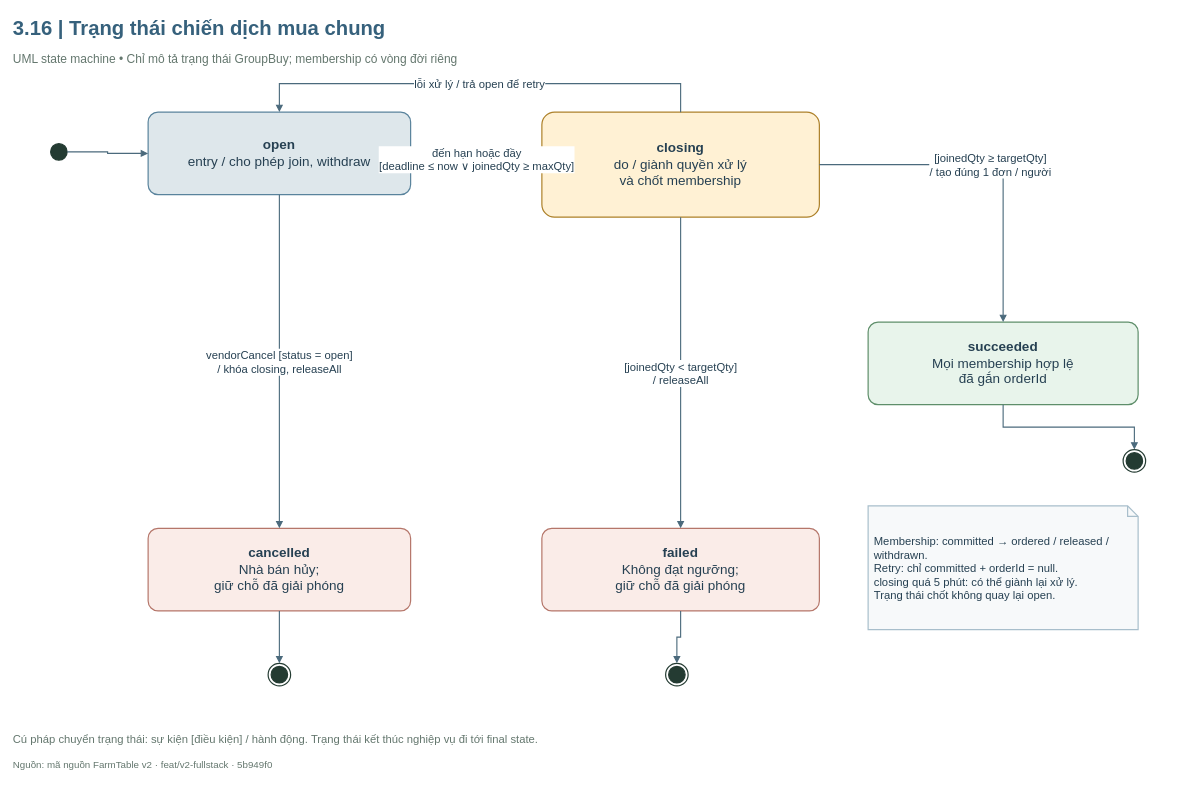
Above: FarmTable_Chuong3/So_do_BA/drawio/Hinh_3_16.drawio in hathu1272006-eng/PTWnangcao (draw.io), before the change. Source tidied: cells renumbered, new cells numbered last; positions are measured from the earlier drawing's top-left corner, leaving out a move shared by most shapes. Both pictures are drawn from the tidied source at 75%, with x=0, y=0 at pixel (13, 13).
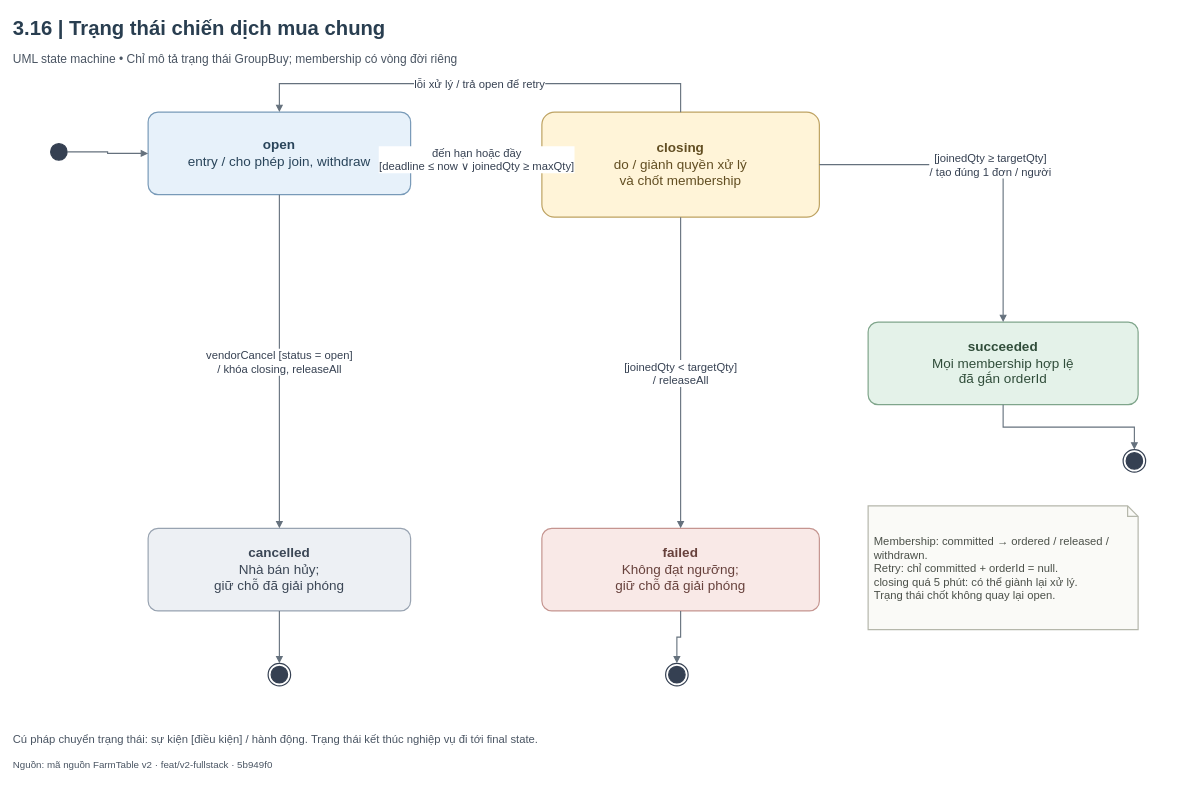
Above is the later version.

The edit, as a diff of the source:
```diff
@@
-    <mxCell id="2" value="3.16  |  Trạng thái chiến dịch mua chung" style="html=1;whiteSpace=wrap;fontFamily=Arial;fontSize=18;strokeColor=#245C47;strokeWidth=1.6;fillColor=#FFFFFF;spacing=8;text;strokeColor=none;fillColor=none;align=left;verticalAlign=middle;fontSize=27;fontStyle=1;spacing=0;fontColor=#36617C;" parent="1" vertex="1">
+    <mxCell id="2" value="3.16  |  Trạng thái chiến dịch mua chung" style="html=1;whiteSpace=wrap;fontFamily=Arial;fontSize=18;strokeColor=#245C47;strokeWidth=1.6;fillColor=#FFFFFF;spacing=8;text;strokeColor=none;fillColor=none;align=left;verticalAlign=middle;fontSize=27;fontStyle=1;spacing=0;fontColor=#293E50;" parent="1" vertex="1">
       <mxGeometry width="1540" height="40" as="geometry" />
     </mxCell>
-    <mxCell id="3" value="UML state machine  •  Chỉ mô tả trạng thái GroupBuy; membership có vòng đời riêng" style="html=1;whiteSpace=wrap;fontFamily=Arial;fontSize=18;fontColor=#243B32;strokeColor=#245C47;strokeWidth=1.6;fillColor=#FFFFFF;spacing=8;text;strokeColor=none;fillColor=none;align=left;verticalAlign=middle;fontSize=16;fontStyle=0;fontColor=#64776E;spacing=0;" parent="1" vertex="1">
+    <mxCell id="3" value="UML state machine  •  Chỉ mô tả trạng thái GroupBuy; membership có vòng đời riêng" style="html=1;whiteSpace=wrap;fontFamily=Arial;fontSize=18;strokeColor=#245C47;strokeWidth=1.6;fillColor=#FFFFFF;spacing=8;text;strokeColor=none;fillColor=none;align=left;verticalAlign=middle;fontSize=16;fontStyle=0;spacing=0;fontColor=#4A5563;" parent="1" vertex="1">
       <mxGeometry y="47" width="1540" height="28" as="geometry" />
     </mxCell>
-    <mxCell id="4" style="html=1;whiteSpace=wrap;fontFamily=Arial;fontSize=18;fontColor=#243B32;strokeColor=#245C47;strokeWidth=1.6;fillColor=#FFFFFF;spacing=8;ellipse;fillColor=#243B32;strokeColor=#243B32;" parent="1" vertex="1">
+    <mxCell id="4" style="html=1;whiteSpace=wrap;fontFamily=Arial;fontSize=18;fontColor=#243B32;strokeWidth=1.6;spacing=8;ellipse;fillColor=#354052;strokeColor=#354052;" parent="1" vertex="1">
       <mxGeometry x="50" y="174" width="22" height="22" as="geometry" />
     </mxCell>
-    <mxCell id="5" value="&lt;b&gt;open&lt;/b&gt;&lt;br/&gt;entry / cho phép join, withdraw" style="html=1;whiteSpace=wrap;fontFamily=Arial;fontSize=18;strokeWidth=1.6;spacing=8;rounded=1;arcSize=12;fillColor=#DEE7EB;strokeColor=#59839C;fontColor=#264052;" parent="1" vertex="1">
+    <mxCell id="5" value="&lt;b&gt;open&lt;/b&gt;&lt;br/&gt;entry / cho phép join, withdraw" style="html=1;whiteSpace=wrap;fontFamily=Arial;fontSize=18;strokeWidth=1.6;spacing=8;rounded=1;arcSize=12;fillColor=#E7F1FA;strokeColor=#789AB8;fontColor=#29445A;" parent="1" vertex="1">
       <mxGeometry x="180" y="132" width="350" height="110" as="geometry" />
     </mxCell>
-    <mxCell id="6" value="&lt;b&gt;closing&lt;/b&gt;&lt;br/&gt;do / giành quyền xử lý&lt;br/&gt;và chốt membership" style="html=1;whiteSpace=wrap;fontFamily=Arial;fontSize=18;strokeWidth=1.6;spacing=8;rounded=1;arcSize=12;fillColor=#FFF1D4;strokeColor=#AD812A;fontColor=#264052;" parent="1" vertex="1">
+    <mxCell id="6" value="&lt;b&gt;closing&lt;/b&gt;&lt;br/&gt;do / giành quyền xử lý&lt;br/&gt;và chốt membership" style="html=1;whiteSpace=wrap;fontFamily=Arial;fontSize=18;strokeWidth=1.6;spacing=8;rounded=1;arcSize=12;fillColor=#FFF4D8;strokeColor=#BEA363;fontColor=#624E22;" parent="1" vertex="1">
       <mxGeometry x="705" y="132" width="370" height="140" as="geometry" />
     </mxCell>
-    <mxCell id="7" value="&lt;b&gt;succeeded&lt;/b&gt;&lt;br/&gt;Mọi membership hợp lệ&lt;br/&gt;đã gắn orderId" style="html=1;whiteSpace=wrap;fontFamily=Arial;fontSize=18;strokeWidth=1.6;spacing=8;rounded=1;arcSize=12;fillColor=#E8F4EB;strokeColor=#5E8E6A;fontColor=#264052;" parent="1" vertex="1">
+    <mxCell id="7" value="&lt;b&gt;succeeded&lt;/b&gt;&lt;br/&gt;Mọi membership hợp lệ&lt;br/&gt;đã gắn orderId" style="html=1;whiteSpace=wrap;fontFamily=Arial;fontSize=18;strokeWidth=1.6;spacing=8;rounded=1;arcSize=12;fillColor=#E4F2E9;strokeColor=#7FA58B;fontColor=#304D3A;" parent="1" vertex="1">
       <mxGeometry x="1140" y="412" width="360" height="110" as="geometry" />
     </mxCell>
-    <mxCell id="8" value="&lt;b&gt;failed&lt;/b&gt;&lt;br/&gt;Không đạt ngưỡng;&lt;br/&gt;giữ chỗ đã giải phóng" style="html=1;whiteSpace=wrap;fontFamily=Arial;fontSize=18;strokeWidth=1.6;spacing=8;rounded=1;arcSize=12;fillColor=#FAECE8;strokeColor=#B5766A;fontColor=#264052;" parent="1" vertex="1">
+    <mxCell id="8" value="&lt;b&gt;failed&lt;/b&gt;&lt;br/&gt;Không đạt ngưỡng;&lt;br/&gt;giữ chỗ đã giải phóng" style="html=1;whiteSpace=wrap;fontFamily=Arial;fontSize=18;strokeWidth=1.6;spacing=8;rounded=1;arcSize=12;fillColor=#F9E9E7;strokeColor=#C59590;fontColor=#67413C;" parent="1" vertex="1">
       <mxGeometry x="705" y="687" width="370" height="110" as="geometry" />
     </mxCell>
-    <mxCell id="9" value="&lt;b&gt;cancelled&lt;/b&gt;&lt;br/&gt;Nhà bán hủy;&lt;br/&gt;giữ chỗ đã giải phóng" style="html=1;whiteSpace=wrap;fontFamily=Arial;fontSize=18;strokeWidth=1.6;spacing=8;rounded=1;arcSize=12;fillColor=#FAECE8;strokeColor=#B5766A;fontColor=#264052;" parent="1" vertex="1">
+    <mxCell id="9" value="&lt;b&gt;cancelled&lt;/b&gt;&lt;br/&gt;Nhà bán hủy;&lt;br/&gt;giữ chỗ đã giải phóng" style="html=1;whiteSpace=wrap;fontFamily=Arial;fontSize=18;strokeWidth=1.6;spacing=8;rounded=1;arcSize=12;fillColor=#EDF0F4;strokeColor=#98A3B1;fontColor=#3B4655;" parent="1" vertex="1">
       <mxGeometry x="180" y="687" width="350" height="110" as="geometry" />
     </mxCell>
-    <mxCell id="10" style="edgeStyle=orthogonalEdgeStyle;rounded=0;jettySize=20;html=1;fontFamily=Arial;fontSize=15;labelBackgroundColor=#FFFFFF;strokeWidth=1.5;endArrow=block;endFill=1;exitX=1;exitY=0.5;entryX=0;entryY=0.5;exitDx=0;exitDy=0;entryDx=0;entryDy=0;strokeColor=#4B6A7C;fontColor=#264052;" parent="1" edge="1" source="4" target="5">
+    <mxCell id="10" style="edgeStyle=orthogonalEdgeStyle;rounded=0;jettySize=20;html=1;fontFamily=Arial;fontSize=15;labelBackgroundColor=#FFFFFF;strokeWidth=1.5;endArrow=block;endFill=1;exitX=1;exitY=0.5;entryX=0;entryY=0.5;exitDx=0;exitDy=0;entryDx=0;entryDy=0;strokeColor=#65717D;fontColor=#364152;" parent="1" edge="1" source="4" target="5">
       <mxGeometry relative="1" as="geometry" />
     </mxCell>
-    <mxCell id="11" value="đến hạn hoặc đầy&lt;br/&gt;[deadline ≤ now ∨ joinedQty ≥ maxQty]" style="edgeStyle=orthogonalEdgeStyle;rounded=0;jettySize=20;html=1;fontFamily=Arial;fontSize=15;labelBackgroundColor=#FFFFFF;strokeWidth=1.5;endArrow=block;endFill=1;exitX=1;exitY=0.5;entryX=0;entryY=0.5;exitDx=0;exitDy=0;entryDx=0;entryDy=0;strokeColor=#4B6A7C;fontColor=#264052;" parent="1" edge="1" source="5" target="6">
+    <mxCell id="11" value="đến hạn hoặc đầy&lt;br/&gt;[deadline ≤ now ∨ joinedQty ≥ maxQty]" style="edgeStyle=orthogonalEdgeStyle;rounded=0;jettySize=20;html=1;fontFamily=Arial;fontSize=15;labelBackgroundColor=#FFFFFF;strokeWidth=1.5;endArrow=block;endFill=1;exitX=1;exitY=0.5;entryX=0;entryY=0.5;exitDx=0;exitDy=0;entryDx=0;entryDy=0;strokeColor=#65717D;fontColor=#364152;" parent="1" edge="1" source="5" target="6">
       <mxGeometry relative="1" as="geometry" />
     </mxCell>
-    <mxCell id="12" value="lỗi xử lý / trả open để retry" style="edgeStyle=orthogonalEdgeStyle;rounded=0;jettySize=20;html=1;fontFamily=Arial;fontSize=15;labelBackgroundColor=#FFFFFF;strokeWidth=1.5;endArrow=block;endFill=1;exitX=0.5;exitY=0;entryX=0.5;entryY=0;exitDx=0;exitDy=0;entryDx=0;entryDy=0;strokeColor=#4B6A7C;fontColor=#264052;" parent="1" edge="1" source="6" target="5">
+    <mxCell id="12" value="lỗi xử lý / trả open để retry" style="edgeStyle=orthogonalEdgeStyle;rounded=0;jettySize=20;html=1;fontFamily=Arial;fontSize=15;labelBackgroundColor=#FFFFFF;strokeWidth=1.5;endArrow=block;endFill=1;exitX=0.5;exitY=0;entryX=0.5;entryY=0;exitDx=0;exitDy=0;entryDx=0;entryDy=0;strokeColor=#65717D;fontColor=#364152;" parent="1" edge="1" source="6" target="5">
       <mxGeometry relative="1" as="geometry">
         <Array as="points">
           <mxPoint x="890" y="94" />
           <mxPoint x="355" y="94" />
         </Array>
       </mxGeometry>
     </mxCell>
-    <mxCell id="13" value="vendorCancel [status = open]&lt;br/&gt;/ khóa closing, releaseAll" style="edgeStyle=orthogonalEdgeStyle;rounded=0;jettySize=20;html=1;fontFamily=Arial;fontSize=15;labelBackgroundColor=#FFFFFF;strokeWidth=1.5;endArrow=block;endFill=1;exitX=0.5;exitY=1;entryX=0.5;entryY=0;exitDx=0;exitDy=0;entryDx=0;entryDy=0;strokeColor=#4B6A7C;fontColor=#264052;" parent="1" edge="1" source="5" target="9">
+    <mxCell id="13" value="vendorCancel [status = open]&lt;br/&gt;/ khóa closing, releaseAll" style="edgeStyle=orthogonalEdgeStyle;rounded=0;jettySize=20;html=1;fontFamily=Arial;fontSize=15;labelBackgroundColor=#FFFFFF;strokeWidth=1.5;endArrow=block;endFill=1;exitX=0.5;exitY=1;entryX=0.5;entryY=0;exitDx=0;exitDy=0;entryDx=0;entryDy=0;strokeColor=#65717D;fontColor=#364152;" parent="1" edge="1" source="5" target="9">
       <mxGeometry relative="1" as="geometry" />
     </mxCell>
-    <mxCell id="14" value="[joinedQty ≥ targetQty]&lt;br/&gt;/ tạo đúng 1 đơn / người" style="edgeStyle=orthogonalEdgeStyle;rounded=0;jettySize=20;html=1;fontFamily=Arial;fontSize=15;labelBackgroundColor=#FFFFFF;strokeWidth=1.5;endArrow=block;endFill=1;exitX=1;exitY=0.5;entryX=0.5;entryY=0;exitDx=0;exitDy=0;entryDx=0;entryDy=0;strokeColor=#4B6A7C;fontColor=#264052;" parent="1" edge="1" source="6" target="7">
+    <mxCell id="14" value="[joinedQty ≥ targetQty]&lt;br/&gt;/ tạo đúng 1 đơn / người" style="edgeStyle=orthogonalEdgeStyle;rounded=0;jettySize=20;html=1;fontFamily=Arial;fontSize=15;labelBackgroundColor=#FFFFFF;strokeWidth=1.5;endArrow=block;endFill=1;exitX=1;exitY=0.5;entryX=0.5;entryY=0;exitDx=0;exitDy=0;entryDx=0;entryDy=0;strokeColor=#65717D;fontColor=#364152;" parent="1" edge="1" source="6" target="7">
       <mxGeometry relative="1" as="geometry" />
     </mxCell>
-    <mxCell id="15" value="[joinedQty &amp;lt; targetQty]&lt;br/&gt;/ releaseAll" style="edgeStyle=orthogonalEdgeStyle;rounded=0;jettySize=20;html=1;fontFamily=Arial;fontSize=15;labelBackgroundColor=#FFFFFF;strokeWidth=1.5;endArrow=block;endFill=1;exitX=0.5;exitY=1;entryX=0.5;entryY=0;exitDx=0;exitDy=0;entryDx=0;entryDy=0;strokeColor=#4B6A7C;fontColor=#264052;" parent="1" edge="1" source="6" target="8">
+    <mxCell id="15" value="[joinedQty &amp;lt; targetQty]&lt;br/&gt;/ releaseAll" style="edgeStyle=orthogonalEdgeStyle;rounded=0;jettySize=20;html=1;fontFamily=Arial;fontSize=15;labelBackgroundColor=#FFFFFF;strokeWidth=1.5;endArrow=block;endFill=1;exitX=0.5;exitY=1;entryX=0.5;entryY=0;exitDx=0;exitDy=0;entryDx=0;entryDy=0;strokeColor=#65717D;fontColor=#364152;" parent="1" edge="1" source="6" target="8">
       <mxGeometry relative="1" as="geometry" />
     </mxCell>
-    <mxCell id="16" style="html=1;whiteSpace=wrap;fontFamily=Arial;fontSize=18;fontColor=#243B32;strokeColor=#245C47;strokeWidth=1.6;fillColor=#FFFFFF;spacing=8;shape=endState;fillColor=#243B32;strokeColor=#243B32;" parent="1" vertex="1">
+    <mxCell id="16" style="html=1;whiteSpace=wrap;fontFamily=Arial;fontSize=18;fontColor=#243B32;strokeWidth=1.6;spacing=8;shape=endState;fillColor=#354052;strokeColor=#354052;" parent="1" vertex="1">
       <mxGeometry x="1480" y="582" width="30" height="30" as="geometry" />
     </mxCell>
-    <mxCell id="17" style="edgeStyle=orthogonalEdgeStyle;rounded=0;jettySize=20;html=1;fontFamily=Arial;fontSize=15;labelBackgroundColor=#FFFFFF;strokeWidth=1.5;endArrow=block;endFill=1;exitX=0.5;exitY=1;entryX=0.5;entryY=0;exitDx=0;exitDy=0;entryDx=0;entryDy=0;strokeColor=#4B6A7C;fontColor=#264052;" parent="1" edge="1" source="7" target="16">
+    <mxCell id="17" style="edgeStyle=orthogonalEdgeStyle;rounded=0;jettySize=20;html=1;fontFamily=Arial;fontSize=15;labelBackgroundColor=#FFFFFF;strokeWidth=1.5;endArrow=block;endFill=1;exitX=0.5;exitY=1;entryX=0.5;entryY=0;exitDx=0;exitDy=0;entryDx=0;entryDy=0;strokeColor=#65717D;fontColor=#364152;" parent="1" edge="1" source="7" target="16">
       <mxGeometry relative="1" as="geometry" />
     </mxCell>
-    <mxCell id="18" style="html=1;whiteSpace=wrap;fontFamily=Arial;fontSize=18;fontColor=#243B32;strokeColor=#245C47;strokeWidth=1.6;fillColor=#FFFFFF;spacing=8;shape=endState;fillColor=#243B32;strokeColor=#243B32;" parent="1" vertex="1">
+    <mxCell id="18" style="html=1;whiteSpace=wrap;fontFamily=Arial;fontSize=18;fontColor=#243B32;strokeWidth=1.6;spacing=8;shape=endState;fillColor=#354052;strokeColor=#354052;" parent="1" vertex="1">
       <mxGeometry x="870" y="867" width="30" height="30" as="geometry" />
     </mxCell>
-    <mxCell id="19" style="edgeStyle=orthogonalEdgeStyle;rounded=0;jettySize=20;html=1;fontFamily=Arial;fontSize=15;labelBackgroundColor=#FFFFFF;strokeWidth=1.5;endArrow=block;endFill=1;exitX=0.5;exitY=1;entryX=0.5;entryY=0;exitDx=0;exitDy=0;entryDx=0;entryDy=0;strokeColor=#4B6A7C;fontColor=#264052;" parent="1" edge="1" source="8" target="18">
+    <mxCell id="19" style="edgeStyle=orthogonalEdgeStyle;rounded=0;jettySize=20;html=1;fontFamily=Arial;fontSize=15;labelBackgroundColor=#FFFFFF;strokeWidth=1.5;endArrow=block;endFill=1;exitX=0.5;exitY=1;entryX=0.5;entryY=0;exitDx=0;exitDy=0;entryDx=0;entryDy=0;strokeColor=#65717D;fontColor=#364152;" parent="1" edge="1" source="8" target="18">
       <mxGeometry relative="1" as="geometry" />
     </mxCell>
-    <mxCell id="20" style="html=1;whiteSpace=wrap;fontFamily=Arial;fontSize=18;fontColor=#243B32;strokeColor=#245C47;strokeWidth=1.6;fillColor=#FFFFFF;spacing=8;shape=endState;fillColor=#243B32;strokeColor=#243B32;" parent="1" vertex="1">
+    <mxCell id="20" style="html=1;whiteSpace=wrap;fontFamily=Arial;fontSize=18;fontColor=#243B32;strokeWidth=1.6;spacing=8;shape=endState;fillColor=#354052;strokeColor=#354052;" parent="1" vertex="1">
       <mxGeometry x="340" y="867" width="30" height="30" as="geometry" />
     </mxCell>
-    <mxCell id="21" style="edgeStyle=orthogonalEdgeStyle;rounded=0;jettySize=20;html=1;fontFamily=Arial;fontSize=15;labelBackgroundColor=#FFFFFF;strokeWidth=1.5;endArrow=block;endFill=1;exitX=0.5;exitY=1;entryX=0.5;entryY=0;exitDx=0;exitDy=0;entryDx=0;entryDy=0;strokeColor=#4B6A7C;fontColor=#264052;" parent="1" edge="1" source="9" target="20">
+    <mxCell id="21" style="edgeStyle=orthogonalEdgeStyle;rounded=0;jettySize=20;html=1;fontFamily=Arial;fontSize=15;labelBackgroundColor=#FFFFFF;strokeWidth=1.5;endArrow=block;endFill=1;exitX=0.5;exitY=1;entryX=0.5;entryY=0;exitDx=0;exitDy=0;entryDx=0;entryDy=0;strokeColor=#65717D;fontColor=#364152;" parent="1" edge="1" source="9" target="20">
       <mxGeometry relative="1" as="geometry" />
     </mxCell>
-    <mxCell id="22" value="Membership: committed → ordered / released / withdrawn.&lt;br/&gt;Retry: chỉ committed + orderId = null.&lt;br/&gt;closing quá 5 phút: có thể giành lại xử lý.&lt;br/&gt;Trạng thái chốt không quay lại open." style="html=1;whiteSpace=wrap;fontFamily=Arial;fontSize=18;strokeWidth=1.6;spacing=8;shape=note;size=14;align=left;fontSize=15;fillColor=#F7F9FA;strokeColor=#A8BECB;fontColor=#264052;" parent="1" vertex="1">
+    <mxCell id="22" value="Membership: committed → ordered / released / withdrawn.&lt;br/&gt;Retry: chỉ committed + orderId = null.&lt;br/&gt;closing quá 5 phút: có thể giành lại xử lý.&lt;br/&gt;Trạng thái chốt không quay lại open." style="html=1;whiteSpace=wrap;fontFamily=Arial;fontSize=18;strokeWidth=1.6;spacing=8;shape=note;size=14;align=left;fontSize=15;fillColor=#FAFAF7;strokeColor=#B5B7AB;fontColor=#4B5049;" parent="1" vertex="1">
       <mxGeometry x="1140" y="657" width="360" height="165" as="geometry" />
     </mxCell>
-    <mxCell id="23" value="Cú pháp chuyển trạng thái: sự kiện [điều kiện] / hành động. Trạng thái kết thúc nghiệp vụ đi tới final state." style="html=1;whiteSpace=wrap;fontFamily=Arial;fontSize=18;fontColor=#243B32;strokeColor=#245C47;strokeWidth=1.6;fillColor=#FFFFFF;spacing=8;text;strokeColor=none;fillColor=none;align=left;verticalAlign=middle;fontSize=15;fontStyle=0;fontColor=#64776E;spacing=0;" parent="1" vertex="1">
+    <mxCell id="23" value="Cú pháp chuyển trạng thái: sự kiện [điều kiện] / hành động. Trạng thái kết thúc nghiệp vụ đi tới final state." style="html=1;whiteSpace=wrap;fontFamily=Arial;fontSize=18;strokeColor=#245C47;strokeWidth=1.6;fillColor=#FFFFFF;spacing=8;text;strokeColor=none;fillColor=none;align=left;verticalAlign=middle;fontSize=15;fontStyle=0;spacing=0;fontColor=#4A5563;" parent="1" vertex="1">
       <mxGeometry y="949" width="1540" height="35" as="geometry" />
     </mxCell>
-    <mxCell id="24" value="Nguồn: mã nguồn FarmTable v2 · feat/v2-fullstack · 5b949f0" style="html=1;whiteSpace=wrap;fontFamily=Arial;fontSize=18;fontColor=#243B32;strokeColor=#245C47;strokeWidth=1.6;fillColor=#FFFFFF;spacing=8;text;strokeColor=none;fillColor=none;align=left;verticalAlign=middle;fontSize=13;fontStyle=0;fontColor=#64776E;spacing=0;" parent="1" vertex="1">
+    <mxCell id="24" value="Nguồn: mã nguồn FarmTable v2 · feat/v2-fullstack · 5b949f0" style="html=1;whiteSpace=wrap;fontFamily=Arial;fontSize=18;strokeColor=#245C47;strokeWidth=1.6;fillColor=#FFFFFF;spacing=8;text;strokeColor=none;fillColor=none;align=left;verticalAlign=middle;fontSize=13;fontStyle=0;spacing=0;fontColor=#4A5563;" parent="1" vertex="1">
       <mxGeometry y="990" width="1540" height="24" as="geometry" />
     </mxCell>
```
